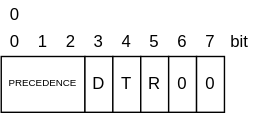
Earlier version of the draw.io export static/img/svg/Network/ip-packet/ip-packet-2.drawio.svg (koseki2580/study-docs). Source tidied: cells renumbered, new cells last; positions are measured from the earlier drawing's top-left corner, leaving out a move shared by most shapes. Its diagram source:
```xml
<mxGraphModel>
  <root>
    <mxCell id="0" />
    <mxCell id="1" parent="0" />
    <mxCell id="2" value="0" style="text;html=1;strokeColor=none;fillColor=none;align=center;verticalAlign=middle;whiteSpace=wrap;rounded=0;" parent="1" vertex="1">
      <mxGeometry y="20" width="20" height="20" as="geometry" />
    </mxCell>
    <mxCell id="3" value="0" style="text;html=1;strokeColor=none;fillColor=none;align=center;verticalAlign=middle;whiteSpace=wrap;rounded=0;" parent="1" vertex="1">
      <mxGeometry width="20" height="20" as="geometry" />
    </mxCell>
    <mxCell id="4" value="1" style="text;html=1;strokeColor=none;fillColor=none;align=center;verticalAlign=middle;whiteSpace=wrap;rounded=0;" parent="1" vertex="1">
      <mxGeometry x="20" y="20" width="20" height="20" as="geometry" />
    </mxCell>
    <mxCell id="5" value="2" style="text;html=1;strokeColor=none;fillColor=none;align=center;verticalAlign=middle;whiteSpace=wrap;rounded=0;" parent="1" vertex="1">
      <mxGeometry x="40" y="20" width="20" height="20" as="geometry" />
    </mxCell>
    <mxCell id="6" value="3" style="text;html=1;strokeColor=none;fillColor=none;align=center;verticalAlign=middle;whiteSpace=wrap;rounded=0;" parent="1" vertex="1">
      <mxGeometry x="60" y="20" width="20" height="20" as="geometry" />
    </mxCell>
    <mxCell id="7" value="4" style="text;html=1;strokeColor=none;fillColor=none;align=center;verticalAlign=middle;whiteSpace=wrap;rounded=0;" parent="1" vertex="1">
      <mxGeometry x="80" y="20" width="20" height="20" as="geometry" />
    </mxCell>
    <mxCell id="8" value="5" style="text;html=1;strokeColor=none;fillColor=none;align=center;verticalAlign=middle;whiteSpace=wrap;rounded=0;" parent="1" vertex="1">
      <mxGeometry x="100" y="20" width="20" height="20" as="geometry" />
    </mxCell>
    <mxCell id="9" value="6" style="text;html=1;strokeColor=none;fillColor=none;align=center;verticalAlign=middle;whiteSpace=wrap;rounded=0;" parent="1" vertex="1">
      <mxGeometry x="120" y="20" width="20" height="20" as="geometry" />
    </mxCell>
    <mxCell id="10" value="7" style="text;html=1;strokeColor=none;fillColor=none;align=center;verticalAlign=middle;whiteSpace=wrap;rounded=0;" parent="1" vertex="1">
      <mxGeometry x="140" y="20" width="20" height="20" as="geometry" />
    </mxCell>
    <mxCell id="11" value="bit" style="text;html=1;strokeColor=none;fillColor=none;align=center;verticalAlign=middle;whiteSpace=wrap;rounded=0;" parent="1" vertex="1">
      <mxGeometry x="161" y="20" width="20" height="20" as="geometry" />
    </mxCell>
    <mxCell id="12" value="PRECEDENCE" style="rounded=0;whiteSpace=wrap;html=1;fontSize=7;" parent="1" vertex="1">
      <mxGeometry y="40" width="60" height="40" as="geometry" />
    </mxCell>
    <mxCell id="13" value="D" style="rounded=0;whiteSpace=wrap;html=1;" parent="1" vertex="1">
      <mxGeometry x="60" y="40" width="20" height="40" as="geometry" />
    </mxCell>
    <mxCell id="14" value="T" style="rounded=0;whiteSpace=wrap;html=1;" parent="1" vertex="1">
      <mxGeometry x="80" y="40" width="20" height="40" as="geometry" />
    </mxCell>
    <mxCell id="15" value="R" style="rounded=0;whiteSpace=wrap;html=1;" parent="1" vertex="1">
      <mxGeometry x="100" y="40" width="20" height="40" as="geometry" />
    </mxCell>
    <mxCell id="16" value="0" style="rounded=0;whiteSpace=wrap;html=1;" parent="1" vertex="1">
      <mxGeometry x="120" y="40" width="20" height="40" as="geometry" />
    </mxCell>
    <mxCell id="17" value="0" style="rounded=0;whiteSpace=wrap;html=1;" parent="1" vertex="1">
      <mxGeometry x="140" y="40" width="20" height="40" as="geometry" />
    </mxCell>
  </root>
</mxGraphModel>
```
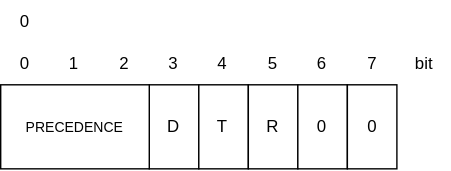
After the commit.

Commit message:
表示がおかしかったのとミスを修正

Diff of the diagram source:
```diff
@@ -2,53 +2,56 @@
   <root>
     <mxCell id="0" />
     <mxCell id="1" parent="0" />
+    <mxCell id="18" style="group;" parent="1" vertex="1">
+      <mxGeometry width="320" height="120" as="geometry" />
+    </mxCell>
-    <mxCell id="2" value="0" style="text;html=1;strokeColor=none;fillColor=none;align=center;verticalAlign=middle;whiteSpace=wrap;rounded=0;" parent="1" vertex="1">
-      <mxGeometry y="20" width="20" height="20" as="geometry" />
+    <mxCell id="2" value="0" style="text;html=1;strokeColor=none;fillColor=none;align=center;verticalAlign=middle;whiteSpace=wrap;rounded=0;" parent="18" vertex="1">
+      <mxGeometry y="30" width="35.4" height="30" as="geometry" />
     </mxCell>
-    <mxCell id="3" value="0" style="text;html=1;strokeColor=none;fillColor=none;align=center;verticalAlign=middle;whiteSpace=wrap;rounded=0;" parent="1" vertex="1">
-      <mxGeometry width="20" height="20" as="geometry" />
+    <mxCell id="3" value="0" style="text;html=1;strokeColor=none;fillColor=none;align=center;verticalAlign=middle;whiteSpace=wrap;rounded=0;" parent="18" vertex="1">
+      <mxGeometry width="35.4" height="30" as="geometry" />
     </mxCell>
-    <mxCell id="4" value="1" style="text;html=1;strokeColor=none;fillColor=none;align=center;verticalAlign=middle;whiteSpace=wrap;rounded=0;" parent="1" vertex="1">
-      <mxGeometry x="20" y="20" width="20" height="20" as="geometry" />
+    <mxCell id="4" value="1" style="text;html=1;strokeColor=none;fillColor=none;align=center;verticalAlign=middle;whiteSpace=wrap;rounded=0;" parent="18" vertex="1">
+      <mxGeometry x="35.4" y="30" width="35.4" height="30" as="geometry" />
     </mxCell>
-    <mxCell id="5" value="2" style="text;html=1;strokeColor=none;fillColor=none;align=center;verticalAlign=middle;whiteSpace=wrap;rounded=0;" parent="1" vertex="1">
-      <mxGeometry x="40" y="20" width="20" height="20" as="geometry" />
+    <mxCell id="5" value="2" style="text;html=1;strokeColor=none;fillColor=none;align=center;verticalAlign=middle;whiteSpace=wrap;rounded=0;" parent="18" vertex="1">
+      <mxGeometry x="70.7" y="30" width="35.4" height="30" as="geometry" />
     </mxCell>
-    <mxCell id="6" value="3" style="text;html=1;strokeColor=none;fillColor=none;align=center;verticalAlign=middle;whiteSpace=wrap;rounded=0;" parent="1" vertex="1">
-      <mxGeometry x="60" y="20" width="20" height="20" as="geometry" />
+    <mxCell id="6" value="3" style="text;html=1;strokeColor=none;fillColor=none;align=center;verticalAlign=middle;whiteSpace=wrap;rounded=0;" parent="18" vertex="1">
+      <mxGeometry x="106.1" y="30" width="35.4" height="30" as="geometry" />
     </mxCell>
-    <mxCell id="7" value="4" style="text;html=1;strokeColor=none;fillColor=none;align=center;verticalAlign=middle;whiteSpace=wrap;rounded=0;" parent="1" vertex="1">
-      <mxGeometry x="80" y="20" width="20" height="20" as="geometry" />
+    <mxCell id="7" value="4" style="text;html=1;strokeColor=none;fillColor=none;align=center;verticalAlign=middle;whiteSpace=wrap;rounded=0;" parent="18" vertex="1">
+      <mxGeometry x="141.4" y="30" width="35.4" height="30" as="geometry" />
     </mxCell>
-    <mxCell id="8" value="5" style="text;html=1;strokeColor=none;fillColor=none;align=center;verticalAlign=middle;whiteSpace=wrap;rounded=0;" parent="1" vertex="1">
-      <mxGeometry x="100" y="20" width="20" height="20" as="geometry" />
+    <mxCell id="8" value="5" style="text;html=1;strokeColor=none;fillColor=none;align=center;verticalAlign=middle;whiteSpace=wrap;rounded=0;" parent="18" vertex="1">
+      <mxGeometry x="176.8" y="30" width="35.4" height="30" as="geometry" />
     </mxCell>
-    <mxCell id="9" value="6" style="text;html=1;strokeColor=none;fillColor=none;align=center;verticalAlign=middle;whiteSpace=wrap;rounded=0;" parent="1" vertex="1">
-      <mxGeometry x="120" y="20" width="20" height="20" as="geometry" />
+    <mxCell id="9" value="6" style="text;html=1;strokeColor=none;fillColor=none;align=center;verticalAlign=middle;whiteSpace=wrap;rounded=0;" parent="18" vertex="1">
+      <mxGeometry x="212.2" y="30" width="35.4" height="30" as="geometry" />
     </mxCell>
-    <mxCell id="10" value="7" style="text;html=1;strokeColor=none;fillColor=none;align=center;verticalAlign=middle;whiteSpace=wrap;rounded=0;" parent="1" vertex="1">
-      <mxGeometry x="140" y="20" width="20" height="20" as="geometry" />
+    <mxCell id="10" value="7" style="text;html=1;strokeColor=none;fillColor=none;align=center;verticalAlign=middle;whiteSpace=wrap;rounded=0;" parent="18" vertex="1">
+      <mxGeometry x="247.5" y="30" width="35.4" height="30" as="geometry" />
     </mxCell>
-    <mxCell id="11" value="bit" style="text;html=1;strokeColor=none;fillColor=none;align=center;verticalAlign=middle;whiteSpace=wrap;rounded=0;" parent="1" vertex="1">
-      <mxGeometry x="161" y="20" width="20" height="20" as="geometry" />
+    <mxCell id="11" value="bit" style="text;html=1;strokeColor=none;fillColor=none;align=center;verticalAlign=middle;whiteSpace=wrap;rounded=0;" parent="18" vertex="1">
+      <mxGeometry x="284.6" y="30" width="35.4" height="30" as="geometry" />
     </mxCell>
-    <mxCell id="12" value="PRECEDENCE" style="rounded=0;whiteSpace=wrap;html=1;fontSize=7;" parent="1" vertex="1">
-      <mxGeometry y="40" width="60" height="40" as="geometry" />
-    </mxCell>
-    <mxCell id="13" value="D" style="rounded=0;whiteSpace=wrap;html=1;" parent="1" vertex="1">
-      <mxGeometry x="60" y="40" width="20" height="40" as="geometry" />
+    <mxCell id="13" value="D" style="rounded=0;whiteSpace=wrap;html=1;" parent="18" vertex="1">
+      <mxGeometry x="106.1" y="60" width="35.4" height="60" as="geometry" />
     </mxCell>
-    <mxCell id="14" value="T" style="rounded=0;whiteSpace=wrap;html=1;" parent="1" vertex="1">
-      <mxGeometry x="80" y="40" width="20" height="40" as="geometry" />
+    <mxCell id="14" value="T" style="rounded=0;whiteSpace=wrap;html=1;" parent="18" vertex="1">
+      <mxGeometry x="141.4" y="60" width="35.4" height="60" as="geometry" />
     </mxCell>
-    <mxCell id="15" value="R" style="rounded=0;whiteSpace=wrap;html=1;" parent="1" vertex="1">
-      <mxGeometry x="100" y="40" width="20" height="40" as="geometry" />
+    <mxCell id="15" value="R" style="rounded=0;whiteSpace=wrap;html=1;" parent="18" vertex="1">
+      <mxGeometry x="176.8" y="60" width="35.4" height="60" as="geometry" />
     </mxCell>
-    <mxCell id="16" value="0" style="rounded=0;whiteSpace=wrap;html=1;" parent="1" vertex="1">
-      <mxGeometry x="120" y="40" width="20" height="40" as="geometry" />
+    <mxCell id="16" value="0" style="rounded=0;whiteSpace=wrap;html=1;" parent="18" vertex="1">
+      <mxGeometry x="212.2" y="60" width="35.4" height="60" as="geometry" />
     </mxCell>
-    <mxCell id="17" value="0" style="rounded=0;whiteSpace=wrap;html=1;" parent="1" vertex="1">
-      <mxGeometry x="140" y="40" width="20" height="40" as="geometry" />
+    <mxCell id="17" value="0" style="rounded=0;whiteSpace=wrap;html=1;" parent="18" vertex="1">
+      <mxGeometry x="247.5" y="60" width="35.4" height="60" as="geometry" />
     </mxCell>
+    <mxCell id="12" value="&lt;font style=&quot;font-size: 10px&quot;&gt;PRECEDENCE&lt;/font&gt;" style="rounded=0;whiteSpace=wrap;html=1;fontSize=4;fontStyle=0;" parent="18" vertex="1">
+      <mxGeometry y="60" width="106.1" height="60" as="geometry" />
+    </mxCell>
   </root>
 </mxGraphModel>
```
